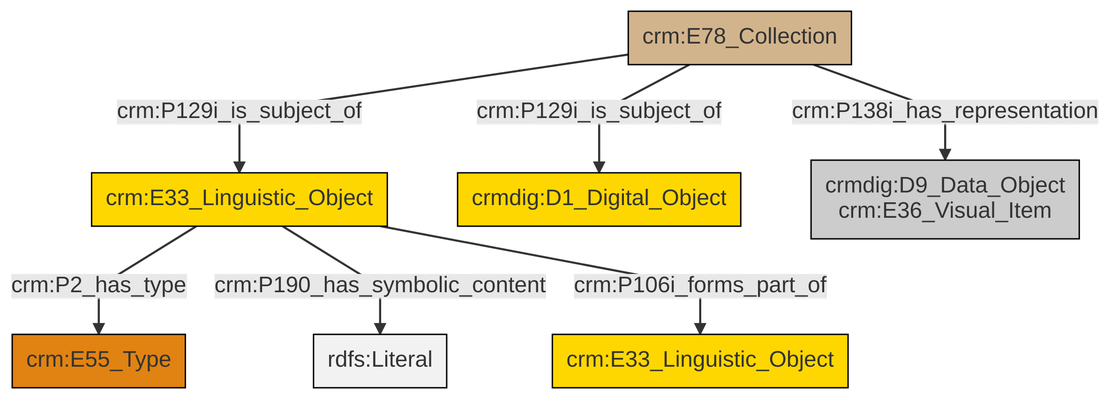
The Mermaid diagram et/archivalCSV/ttl/mmd/png/archival_docs.png in swiss-art-research-net/docs.swissartresearch, before a commit. Its source is kept beside it as et/archivalCSV/ttl/mmd/archival_docs.ttl.mmd.
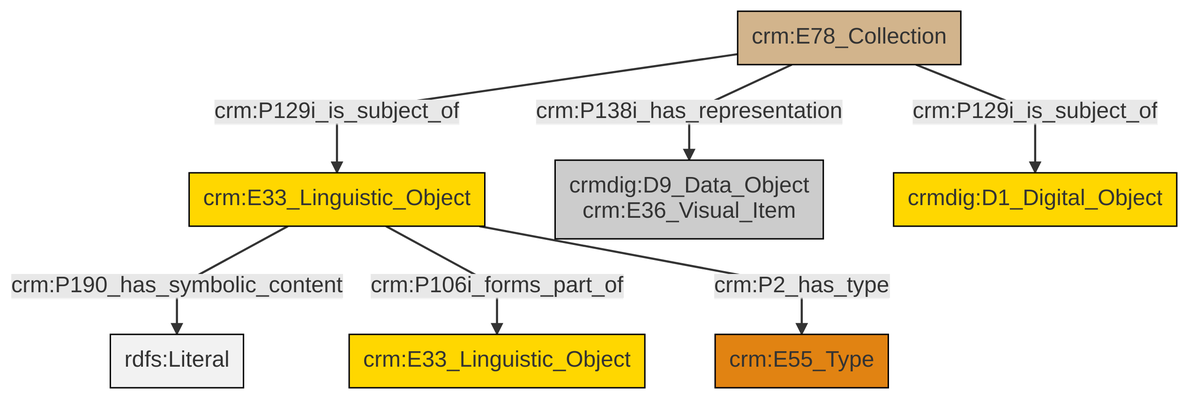
Later version of the same file.

What changed in the source:
```diff
@@ -14,8 +14,8 @@
 classDef Multi fill:#cccccc,stroke:#000000;
 
 0["crm:E78_Collection"]:::Physical_Thing -->|crm:P129i_is_subject_of| 1["crm:E33_Linguistic_Object"]:::Conceptual_Object
-1["crm:E33_Linguistic_Object"]:::Conceptual_Object -->|crm:P2_has_type| 4["crm:E55_Type"]:::Type
-0["crm:E78_Collection"]:::Physical_Thing -->|crm:P138i_has_representation| 7["crmdig:D9_Data_Object<br>crm:E36_Visual_Item"]:::Multi
-0["crm:E78_Collection"]:::Physical_Thing -->|crm:P129i_is_subject_of| 2["crmdig:D1_Digital_Object"]:::Conceptual_Object
-1["crm:E33_Linguistic_Object"]:::Conceptual_Object -->|crm:P190_has_symbolic_content| 12[rdfs:Literal]:::Literal
-1["crm:E33_Linguistic_Object"]:::Conceptual_Object -->|crm:P106i_forms_part_of| 13["crm:E33_Linguistic_Object"]:::Conceptual_Object
+1["crm:E33_Linguistic_Object"]:::Conceptual_Object -->|crm:P190_has_symbolic_content| 4[rdfs:Literal]:::Literal
+0["crm:E78_Collection"]:::Physical_Thing -->|crm:P138i_has_representation| 6["crmdig:D9_Data_Object<br>crm:E36_Visual_Item"]:::Multi
+0["crm:E78_Collection"]:::Physical_Thing -->|crm:P129i_is_subject_of| 7["crmdig:D1_Digital_Object"]:::Conceptual_Object
+1["crm:E33_Linguistic_Object"]:::Conceptual_Object -->|crm:P106i_forms_part_of| 8["crm:E33_Linguistic_Object"]:::Conceptual_Object
+1["crm:E33_Linguistic_Object"]:::Conceptual_Object -->|crm:P2_has_type| 2["crm:E55_Type"]:::Type
```
